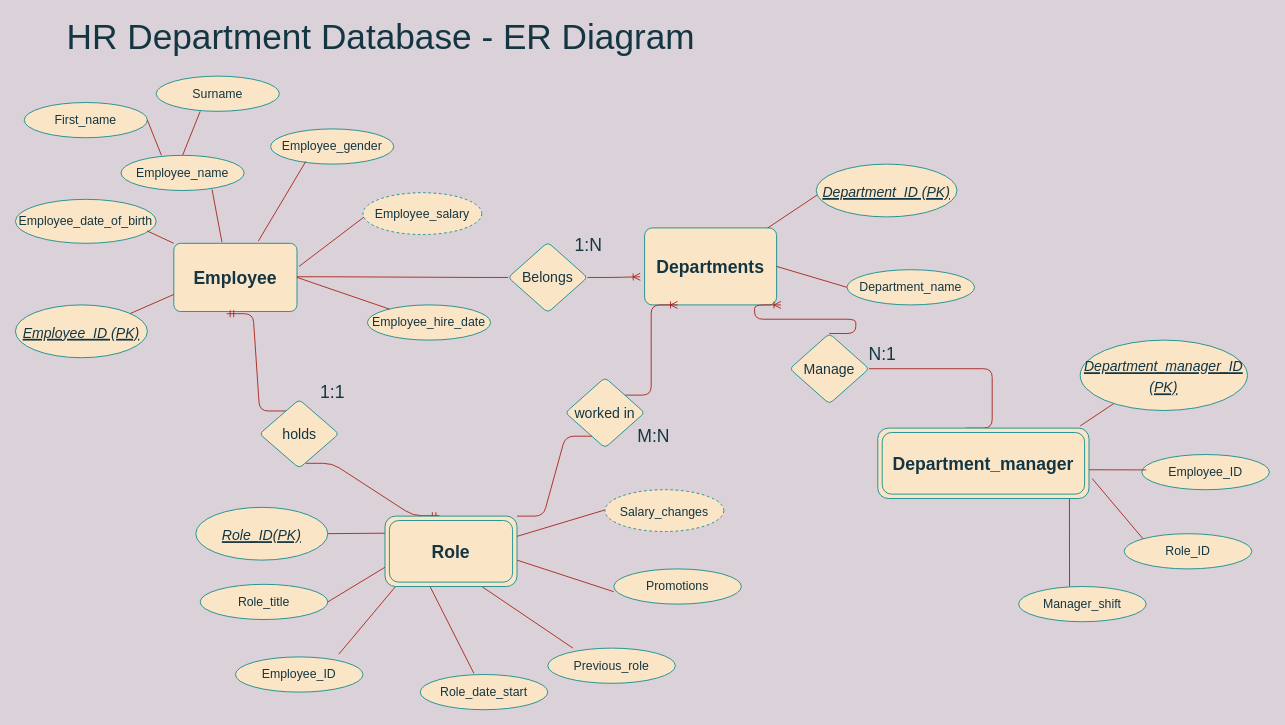
Above: RH Database Diagram.drawio in PriFlores/HR-Database (draw.io), before the change. Source tidied: cells renumbered, new cells numbered last; positions are measured from the earlier drawing's top-left corner, leaving out a move shared by most shapes. Both pictures are drawn from the tidied source at 88%, with x=0, y=0 at pixel (15, 23).
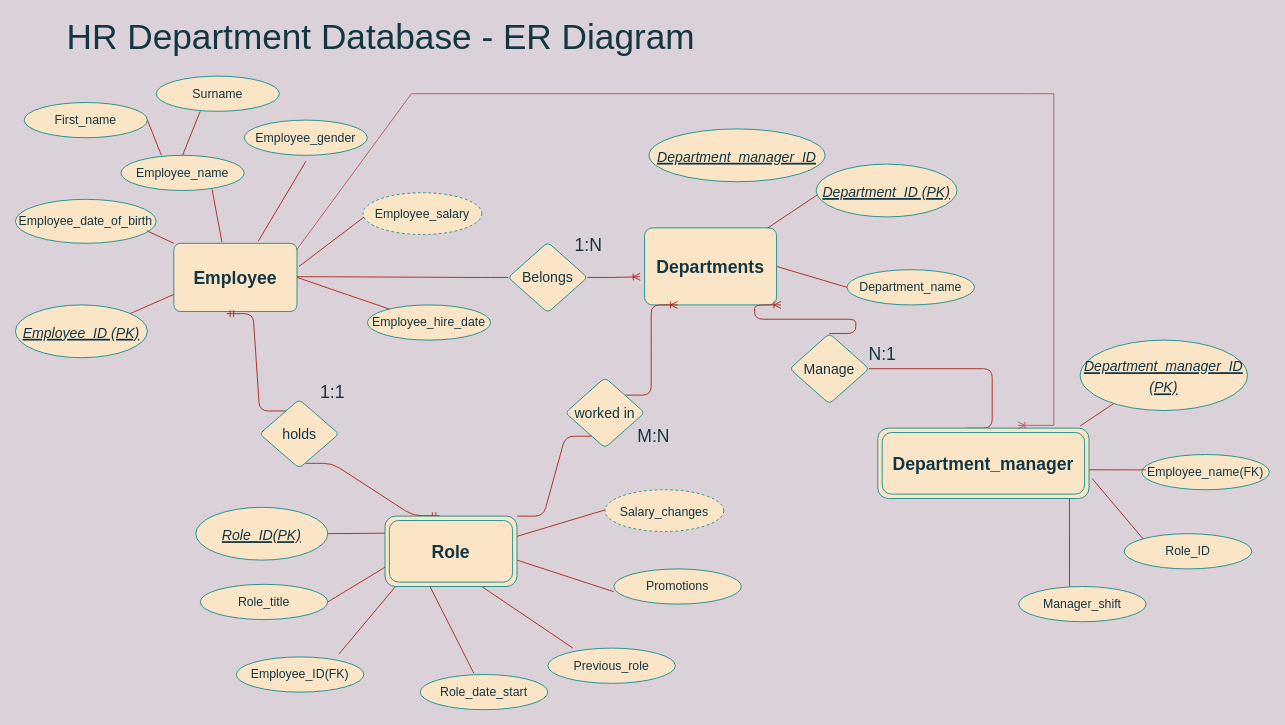
Above is the later version.

The change refers to these unchanged cells:
```xml
<mxCell id="4" value="&lt;b&gt;&lt;font style=&quot;font-size: 20px&quot;&gt;Employee&lt;/font&gt;&lt;/b&gt;" style="arcSize=10;whiteSpace=wrap;html=1;align=center;fillColor=#FAE5C7;strokeColor=#0F8B8D;fontColor=#143642;rounded=1;" parent="1" vertex="1">
  <mxGeometry x="180" y="250" width="140" height="77.5" as="geometry" />
</mxCell>
<mxCell id="63" value="&lt;b style=&quot;font-size: 12px&quot;&gt;&lt;font style=&quot;font-size: 20px&quot;&gt;Department_manager&lt;/font&gt;&lt;/b&gt;" style="shape=ext;margin=3;double=1;whiteSpace=wrap;html=1;align=center;rounded=1;fontSize=14;fontColor=#143642;strokeColor=#0F8B8D;fillColor=#FAE5C7;" parent="1" vertex="1">
  <mxGeometry x="980" y="460" width="240" height="80" as="geometry" />
</mxCell>
```

Change to the diagram source:
```diff
@@
     <mxCell id="6" value="&lt;font style=&quot;font-size: 14px&quot;&gt;Employee_gender&lt;/font&gt;" style="ellipse;whiteSpace=wrap;html=1;align=center;fillColor=#FAE5C7;strokeColor=#0F8B8D;fontColor=#143642;rounded=1;" parent="1" vertex="1">
-      <mxGeometry x="290" y="120" width="140" height="40" as="geometry" />
+      <mxGeometry x="260" y="110" width="140" height="40" as="geometry" />
     </mxCell>
@@
-    <mxCell id="10" value="&lt;font style=&quot;font-size: 14px&quot;&gt;Employee_ID&lt;/font&gt;" style="ellipse;whiteSpace=wrap;html=1;align=center;fillColor=#FAE5C7;strokeColor=#0F8B8D;fontColor=#143642;rounded=1;" parent="1" vertex="1">
+    <mxCell id="10" value="&lt;font style=&quot;font-size: 14px&quot;&gt;Employee_name(FK)&lt;/font&gt;" style="ellipse;whiteSpace=wrap;html=1;align=center;fillColor=#FAE5C7;strokeColor=#0F8B8D;fontColor=#143642;rounded=1;" parent="1" vertex="1">
       <mxGeometry x="1280" y="490" width="145" height="40" as="geometry" />
     </mxCell>
@@
-    <mxCell id="50" value="&lt;font style=&quot;font-size: 14px&quot;&gt;Employee_ID&lt;/font&gt;" style="ellipse;whiteSpace=wrap;html=1;align=center;fillColor=#FAE5C7;strokeColor=#0F8B8D;fontColor=#143642;rounded=1;" parent="1" vertex="1">
-      <mxGeometry x="250" y="720" width="145" height="40" as="geometry" />
+    <mxCell id="50" value="&lt;font style=&quot;font-size: 14px&quot;&gt;Employee_ID(FK)&lt;/font&gt;" style="ellipse;whiteSpace=wrap;html=1;align=center;fillColor=#FAE5C7;strokeColor=#0F8B8D;fontColor=#143642;rounded=1;" parent="1" vertex="1">
+      <mxGeometry x="251" y="720" width="145" height="40" as="geometry" />
     </mxCell>
@@
+    <mxCell id="66" value="&lt;i&gt;&lt;font style=&quot;font-size: 16px&quot;&gt;Department_manager_ID&lt;/font&gt;&lt;/i&gt;" style="ellipse;whiteSpace=wrap;html=1;align=center;fontStyle=4;fontSize=20;fillColor=#FAE5C7;strokeColor=#0F8B8D;fontColor=#143642;rounded=1;" parent="1" vertex="1">
+      <mxGeometry x="720" y="120" width="200" height="60" as="geometry" />
+    </mxCell>
+    <mxCell id="67" style="edgeStyle=entityRelationEdgeStyle;fontSize=12;html=1;endArrow=ERoneToMany;rounded=0;entryX=0.663;entryY=-0.039;entryDx=0;entryDy=0;entryPerimeter=0;fillColor=#f8cecc;strokeColor=#b85450;" parent="1" edge="1" target="63">
+      <mxGeometry relative="1" as="geometry">
+        <mxPoint x="1150" y="80" as="sourcePoint" />
+      </mxGeometry>
+    </mxCell>
+    <mxCell id="68" style="endArrow=none;html=1;rounded=0;fillColor=#f8cecc;strokeColor=#b85450;" parent="1" edge="1">
+      <mxGeometry relative="1" as="geometry">
+        <mxPoint x="450" y="80" as="sourcePoint" />
+        <mxPoint x="1150" y="80" as="targetPoint" />
+      </mxGeometry>
+    </mxCell>
+    <mxCell id="69" style="endArrow=none;html=1;rounded=0;exitX=0.994;exitY=0.103;exitDx=0;exitDy=0;exitPerimeter=0;fillColor=#f8cecc;strokeColor=#b85450;" parent="1" edge="1" source="4">
+      <mxGeometry relative="1" as="geometry">
+        <mxPoint x="450" y="80" as="targetPoint" />
+      </mxGeometry>
+    </mxCell>
```
